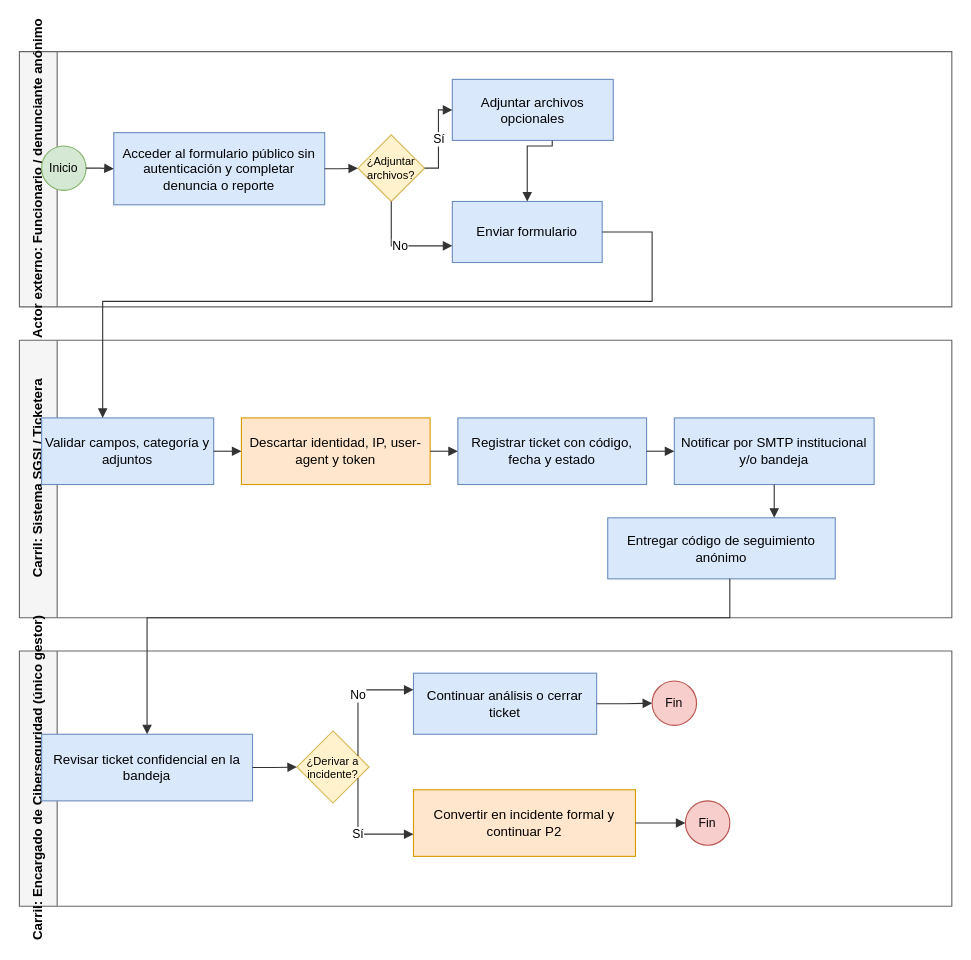
Before: Documentacion/Entregas/U2-Desarrollo_e_Implementacion/03_bpmn/03e_proceso_tickets.drawio in pbahamondez-inacap/proyectotitulo-inacap-Pbahamondez, a draw.io diagram. Source tidied: cells renumbered, new cells numbered last; positions are measured from the earlier drawing's top-left corner, leaving out a move shared by most shapes. Both pictures are drawn from the tidied source at 111%, with x=0, y=0 at pixel (19, 51).
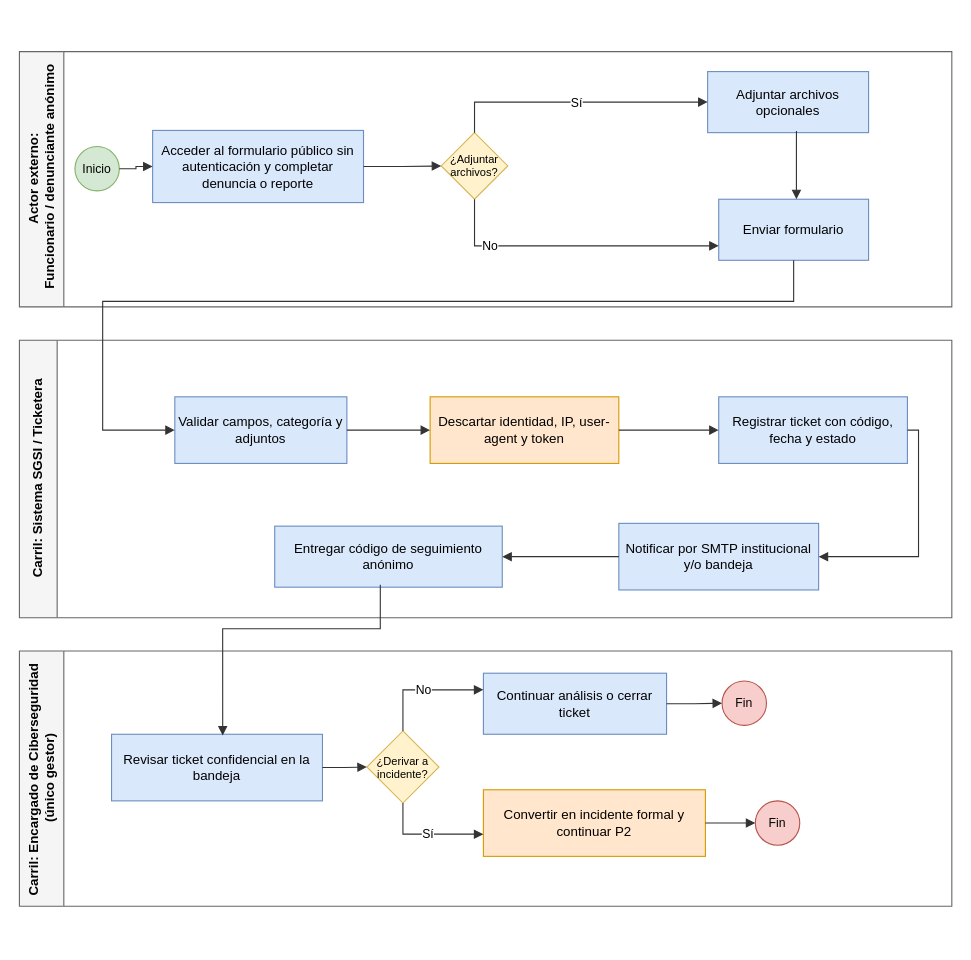
Above is the later version.

The change refers to these unchanged cells:
```xml
<mxCell id="8" value="Carril: Sistema SGSI / Ticketera" style="swimlane;html=1;startSize=34;horizontal=0;fontStyle=1;fillColor=#f5f5f5;strokeColor=#666666;swimlaneFillColor=#ffffff;" parent="1" vertex="1">
  <mxGeometry y="260" width="840" height="250" as="geometry" />
</mxCell>
```

Diff of the diagram source:
```diff
@@
-    <mxCell id="2" value="Actor externo: Funcionario / denunciante anónimo" style="swimlane;html=1;startSize=34;horizontal=0;fontStyle=1;fillColor=#f5f5f5;strokeColor=#666666;swimlaneFillColor=#ffffff;" parent="1" vertex="1">
+    <mxCell id="2" value="Actor externo:&lt;div&gt;&amp;nbsp;Funcionario / denunciante anónimo&lt;/div&gt;" style="swimlane;html=1;startSize=40;horizontal=0;fontStyle=1;fillColor=#f5f5f5;strokeColor=#666666;swimlaneFillColor=#ffffff;" parent="1" vertex="1">
       <mxGeometry width="840" height="230" as="geometry" />
     </mxCell>
     <mxCell id="3" value="Inicio" style="ellipse;whiteSpace=wrap;html=1;fillColor=#d5e8d4;strokeColor=#82b366;fontSize=11;" parent="2" vertex="1">
-      <mxGeometry x="20" y="85" width="40" height="40" as="geometry" />
+      <mxGeometry x="50" y="85.5" width="40" height="40" as="geometry" />
     </mxCell>
     <mxCell id="4" value="Acceder al formulario público sin autenticación y completar denuncia o reporte" style="rounded=0;whiteSpace=wrap;html=1;fillColor=#dae8fc;strokeColor=#6c8ebf;fontSize=12;" parent="2" vertex="1">
-      <mxGeometry x="85" y="73" width="190" height="65" as="geometry" />
+      <mxGeometry x="120" y="71" width="190" height="65" as="geometry" />
     </mxCell>
     <mxCell id="5" value="¿Adjuntar archivos?" style="rhombus;whiteSpace=wrap;html=1;fillColor=#fff2cc;strokeColor=#d6b656;fontSize=10;" parent="2" vertex="1">
-      <mxGeometry x="305" y="75" width="60" height="60" as="geometry" />
+      <mxGeometry x="380" y="73" width="60" height="60" as="geometry" />
     </mxCell>
     <mxCell id="6" value="Adjuntar archivos opcionales" style="rounded=0;whiteSpace=wrap;html=1;fillColor=#dae8fc;strokeColor=#6c8ebf;fontSize=12;" parent="2" vertex="1">
-      <mxGeometry x="390" y="25" width="145" height="55" as="geometry" />
+      <mxGeometry x="620" y="18" width="145" height="55" as="geometry" />
     </mxCell>
     <mxCell id="7" value="Enviar formulario" style="rounded=0;whiteSpace=wrap;html=1;fillColor=#dae8fc;strokeColor=#6c8ebf;fontSize=12;" parent="2" vertex="1">
-      <mxGeometry x="390" y="135" width="135" height="55" as="geometry" />
+      <mxGeometry x="630" y="133" width="135" height="55" as="geometry" />
     </mxCell>
@@
     <mxCell id="9" value="Validar campos, categoría y adjuntos" style="rounded=0;whiteSpace=wrap;html=1;fillColor=#dae8fc;strokeColor=#6c8ebf;fontSize=12;" parent="8" vertex="1">
-      <mxGeometry x="20" y="70" width="155" height="60" as="geometry" />
+      <mxGeometry x="140" y="51" width="155" height="60" as="geometry" />
     </mxCell>
     <mxCell id="10" value="Descartar identidad, IP, user-agent y token" style="rounded=0;whiteSpace=wrap;html=1;fillColor=#ffe6cc;strokeColor=#d79b00;fontSize=12;" parent="8" vertex="1">
-      <mxGeometry x="200" y="70" width="170" height="60" as="geometry" />
+      <mxGeometry x="370" y="51" width="170" height="60" as="geometry" />
     </mxCell>
     <mxCell id="11" value="Registrar ticket con código, fecha y estado" style="rounded=0;whiteSpace=wrap;html=1;fillColor=#dae8fc;strokeColor=#6c8ebf;fontSize=12;" parent="8" vertex="1">
-      <mxGeometry x="395" y="70" width="170" height="60" as="geometry" />
+      <mxGeometry x="630" y="51" width="170" height="60" as="geometry" />
     </mxCell>
     <mxCell id="12" value="Notificar por SMTP institucional y/o bandeja" style="rounded=0;whiteSpace=wrap;html=1;fillColor=#dae8fc;strokeColor=#6c8ebf;fontSize=12;" parent="8" vertex="1">
-      <mxGeometry x="590" y="70" width="180" height="60" as="geometry" />
+      <mxGeometry x="540" y="165" width="180" height="60" as="geometry" />
     </mxCell>
     <mxCell id="13" value="Entregar código de seguimiento anónimo" style="rounded=0;whiteSpace=wrap;html=1;fillColor=#dae8fc;strokeColor=#6c8ebf;fontSize=12;" parent="8" vertex="1">
-      <mxGeometry x="530" y="160" width="205" height="55" as="geometry" />
+      <mxGeometry x="230" y="167.5" width="205" height="55" as="geometry" />
     </mxCell>
-    <mxCell id="14" value="Carril: Encargado de Ciberseguridad (único gestor)" style="swimlane;html=1;startSize=34;horizontal=0;fontStyle=1;fillColor=#f5f5f5;strokeColor=#666666;swimlaneFillColor=#ffffff;" parent="1" vertex="1">
+    <mxCell id="14" value="Carril: Encargado de Ciberseguridad&amp;nbsp;&lt;div&gt;(único gestor)&lt;/div&gt;" style="swimlane;html=1;startSize=40;horizontal=0;fontStyle=1;fillColor=#f5f5f5;strokeColor=#666666;swimlaneFillColor=#ffffff;" parent="1" vertex="1">
       <mxGeometry y="540" width="840" height="230" as="geometry" />
     </mxCell>
     <mxCell id="15" value="Revisar ticket confidencial en la bandeja" style="rounded=0;whiteSpace=wrap;html=1;fillColor=#dae8fc;strokeColor=#6c8ebf;fontSize=12;" parent="14" vertex="1">
-      <mxGeometry x="20" y="75" width="190" height="60" as="geometry" />
+      <mxGeometry x="83" y="75" width="190" height="60" as="geometry" />
     </mxCell>
     <mxCell id="16" value="¿Derivar a incidente?" style="rhombus;whiteSpace=wrap;html=1;fillColor=#fff2cc;strokeColor=#d6b656;fontSize=10;" parent="14" vertex="1">
-      <mxGeometry x="250" y="72" width="65" height="65" as="geometry" />
+      <mxGeometry x="313" y="72" width="65" height="65" as="geometry" />
     </mxCell>
     <mxCell id="17" value="Continuar análisis o cerrar ticket" style="rounded=0;whiteSpace=wrap;html=1;fillColor=#dae8fc;strokeColor=#6c8ebf;fontSize=12;" parent="14" vertex="1">
-      <mxGeometry x="355" y="20" width="165" height="55" as="geometry" />
+      <mxGeometry x="418" y="20" width="165" height="55" as="geometry" />
     </mxCell>
     <mxCell id="18" value="Fin" style="ellipse;whiteSpace=wrap;html=1;fillColor=#f8cecc;strokeColor=#b85450;fontSize=11;" parent="14" vertex="1">
-      <mxGeometry x="570" y="27" width="40" height="40" as="geometry" />
+      <mxGeometry x="633" y="27" width="40" height="40" as="geometry" />
     </mxCell>
     <mxCell id="19" value="Convertir en incidente formal y continuar P2" style="rounded=0;whiteSpace=wrap;html=1;fillColor=#ffe6cc;strokeColor=#d79b00;fontSize=12;" parent="14" vertex="1">
-      <mxGeometry x="355" y="125" width="200" height="60" as="geometry" />
+      <mxGeometry x="418" y="125" width="200" height="60" as="geometry" />
     </mxCell>
     <mxCell id="20" value="Fin" style="ellipse;whiteSpace=wrap;html=1;fillColor=#f8cecc;strokeColor=#b85450;fontSize=11;" parent="14" vertex="1">
-      <mxGeometry x="600" y="135" width="40" height="40" as="geometry" />
+      <mxGeometry x="663" y="135" width="40" height="40" as="geometry" />
     </mxCell>
@@
-    <mxCell id="23" value="Sí" style="edgeStyle=orthogonalEdgeStyle;rounded=0;html=1;endArrow=block;strokeColor=#333333;" parent="1" edge="1" source="5" target="6">
+    <mxCell id="23" value="Sí" style="edgeStyle=orthogonalEdgeStyle;rounded=0;html=1;endArrow=block;strokeColor=#333333;exitX=0.5;exitY=0;exitDx=0;exitDy=0;" parent="1" edge="1" source="5" target="6">
       <mxGeometry relative="1" as="geometry" />
     </mxCell>
-    <mxCell id="24" value="No" style="edgeStyle=orthogonalEdgeStyle;rounded=0;html=1;endArrow=block;strokeColor=#333333;" parent="1" edge="1" source="5" target="7">
-      <mxGeometry relative="1" as="geometry">
+    <mxCell id="24" value="No" style="edgeStyle=orthogonalEdgeStyle;rounded=0;html=1;endArrow=block;strokeColor=#333333;exitX=0.5;exitY=1;exitDx=0;exitDy=0;" parent="1" edge="1" source="5" target="7">
+      <mxGeometry x="-0.57" relative="1" as="geometry">
         <Array as="points">
-          <mxPoint x="335" y="175" />
+          <mxPoint x="410" y="175" />
         </Array>
       </mxGeometry>
     </mxCell>
-    <mxCell id="25" style="edgeStyle=orthogonalEdgeStyle;rounded=0;html=1;endArrow=block;strokeColor=#333333;" parent="1" edge="1" source="6" target="7">
-      <mxGeometry relative="1" as="geometry">
+    <mxCell id="25" style="edgeStyle=orthogonalEdgeStyle;rounded=0;html=1;endArrow=block;strokeColor=#333333;exitX=0.552;exitY=0.971;exitDx=0;exitDy=0;exitPerimeter=0;" parent="1" edge="1" source="6" target="7">
+      <mxGeometry x="-0.12" relative="1" as="geometry">
         <Array as="points">
-          <mxPoint x="480" y="85" />
+          <mxPoint x="700" y="80" />
+          <mxPoint x="700" y="80" />
         </Array>
       </mxGeometry>
     </mxCell>
-    <mxCell id="26" style="edgeStyle=orthogonalEdgeStyle;rounded=0;html=1;endArrow=block;strokeColor=#333333;" parent="1" edge="1" source="7" target="9">
-      <mxGeometry relative="1" as="geometry">
+    <mxCell id="26" style="edgeStyle=orthogonalEdgeStyle;rounded=0;html=1;endArrow=block;strokeColor=#333333;exitX=0.5;exitY=1;exitDx=0;exitDy=0;" parent="1" edge="1" source="7" target="9">
+      <mxGeometry x="0.05" relative="1" as="geometry">
         <Array as="points">
-          <mxPoint x="570" y="225" />
+          <mxPoint x="697.5" y="225" />
           <mxPoint x="75" y="225" />
         </Array>
       </mxGeometry>
     </mxCell>
@@
-    <mxCell id="29" style="edgeStyle=orthogonalEdgeStyle;rounded=0;html=1;endArrow=block;strokeColor=#333333;" parent="1" edge="1" source="11" target="12">
+    <mxCell id="29" style="edgeStyle=orthogonalEdgeStyle;rounded=0;html=1;endArrow=block;strokeColor=#333333;entryX=1;entryY=0.5;entryDx=0;entryDy=0;exitX=1;exitY=0.5;exitDx=0;exitDy=0;" parent="1" edge="1" source="11" target="12">
       <mxGeometry relative="1" as="geometry" />
     </mxCell>
@@
-    <mxCell id="31" style="edgeStyle=orthogonalEdgeStyle;rounded=0;html=1;endArrow=block;strokeColor=#333333;" parent="1" edge="1" source="13" target="15">
-      <mxGeometry relative="1" as="geometry">
+    <mxCell id="31" style="edgeStyle=orthogonalEdgeStyle;rounded=0;html=1;endArrow=block;strokeColor=#333333;exitX=0.464;exitY=0.959;exitDx=0;exitDy=0;exitPerimeter=0;entryX=0.527;entryY=0.02;entryDx=0;entryDy=0;entryPerimeter=0;" parent="1" edge="1" source="13" target="15">
+      <mxGeometry x="-0.1" relative="1" as="geometry">
         <Array as="points">
-          <mxPoint x="640" y="510" />
-          <mxPoint x="115" y="510" />
+          <mxPoint x="325.1" y="520" />
+          <mxPoint x="183.1" y="520" />
         </Array>
       </mxGeometry>
     </mxCell>
@@
     <mxCell id="33" value="No" style="edgeStyle=orthogonalEdgeStyle;rounded=0;html=1;endArrow=block;strokeColor=#333333;" parent="1" edge="1" source="16" target="17">
       <mxGeometry relative="1" as="geometry">
         <Array as="points">
-          <mxPoint x="305" y="575" />
+          <mxPoint x="345.5" y="575" />
         </Array>
       </mxGeometry>
     </mxCell>
@@
     <mxCell id="35" value="Sí" style="edgeStyle=orthogonalEdgeStyle;rounded=0;html=1;endArrow=block;strokeColor=#333333;" parent="1" edge="1" source="16" target="19">
       <mxGeometry relative="1" as="geometry">
         <Array as="points">
-          <mxPoint x="305" y="705" />
+          <mxPoint x="345.5" y="705" />
         </Array>
       </mxGeometry>
     </mxCell>
```
